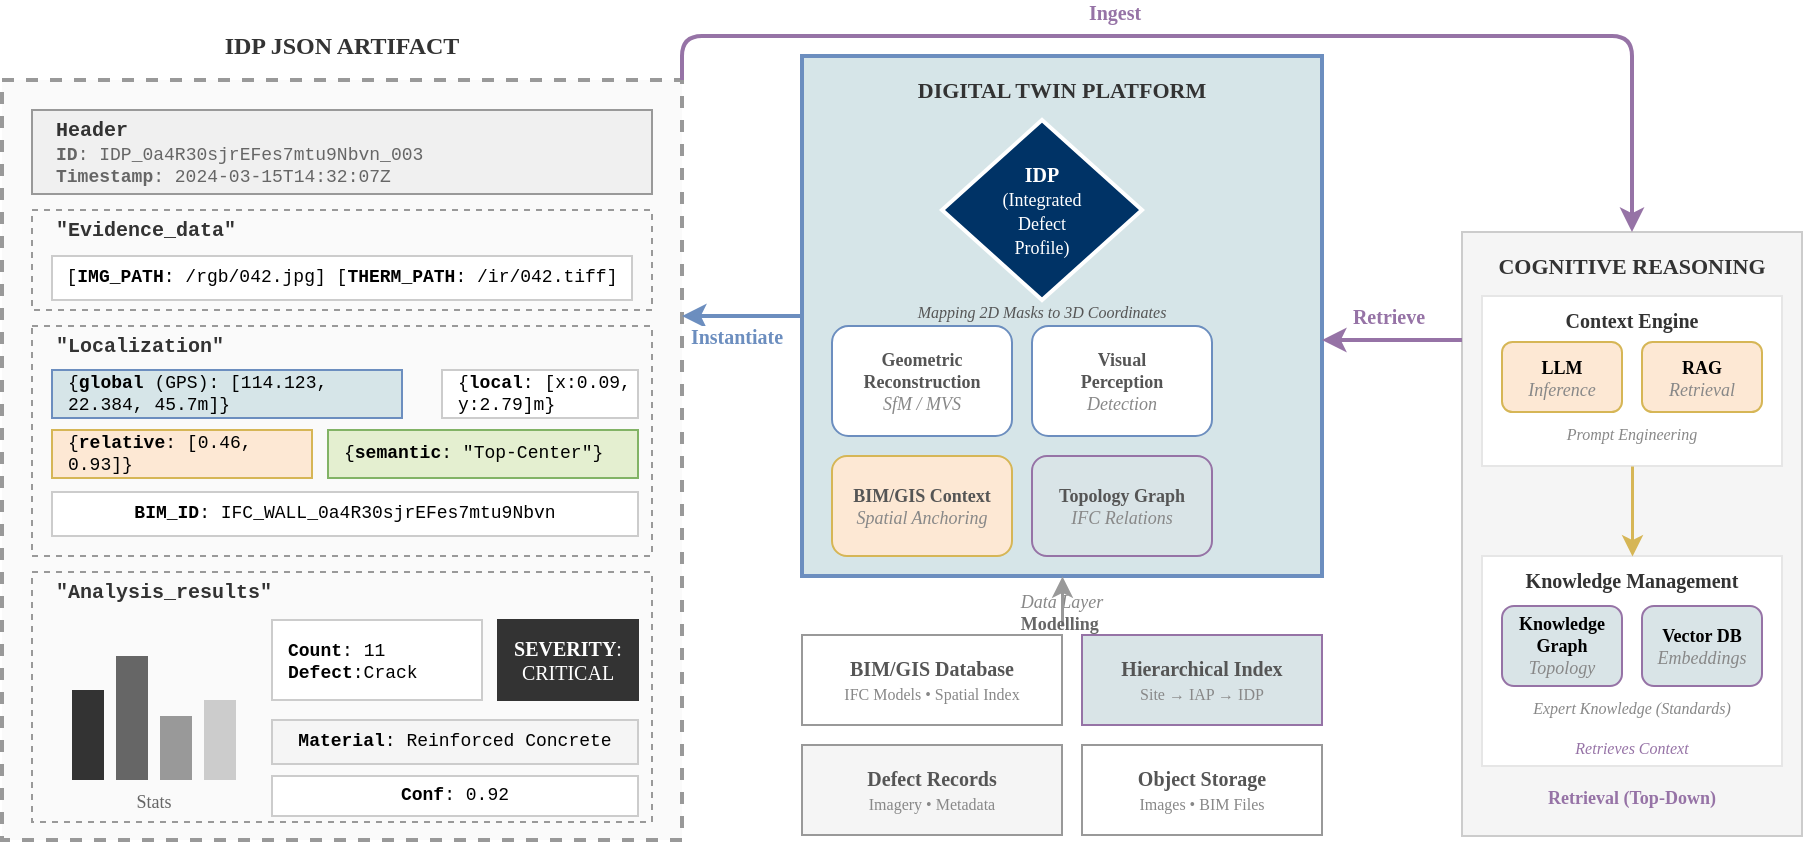
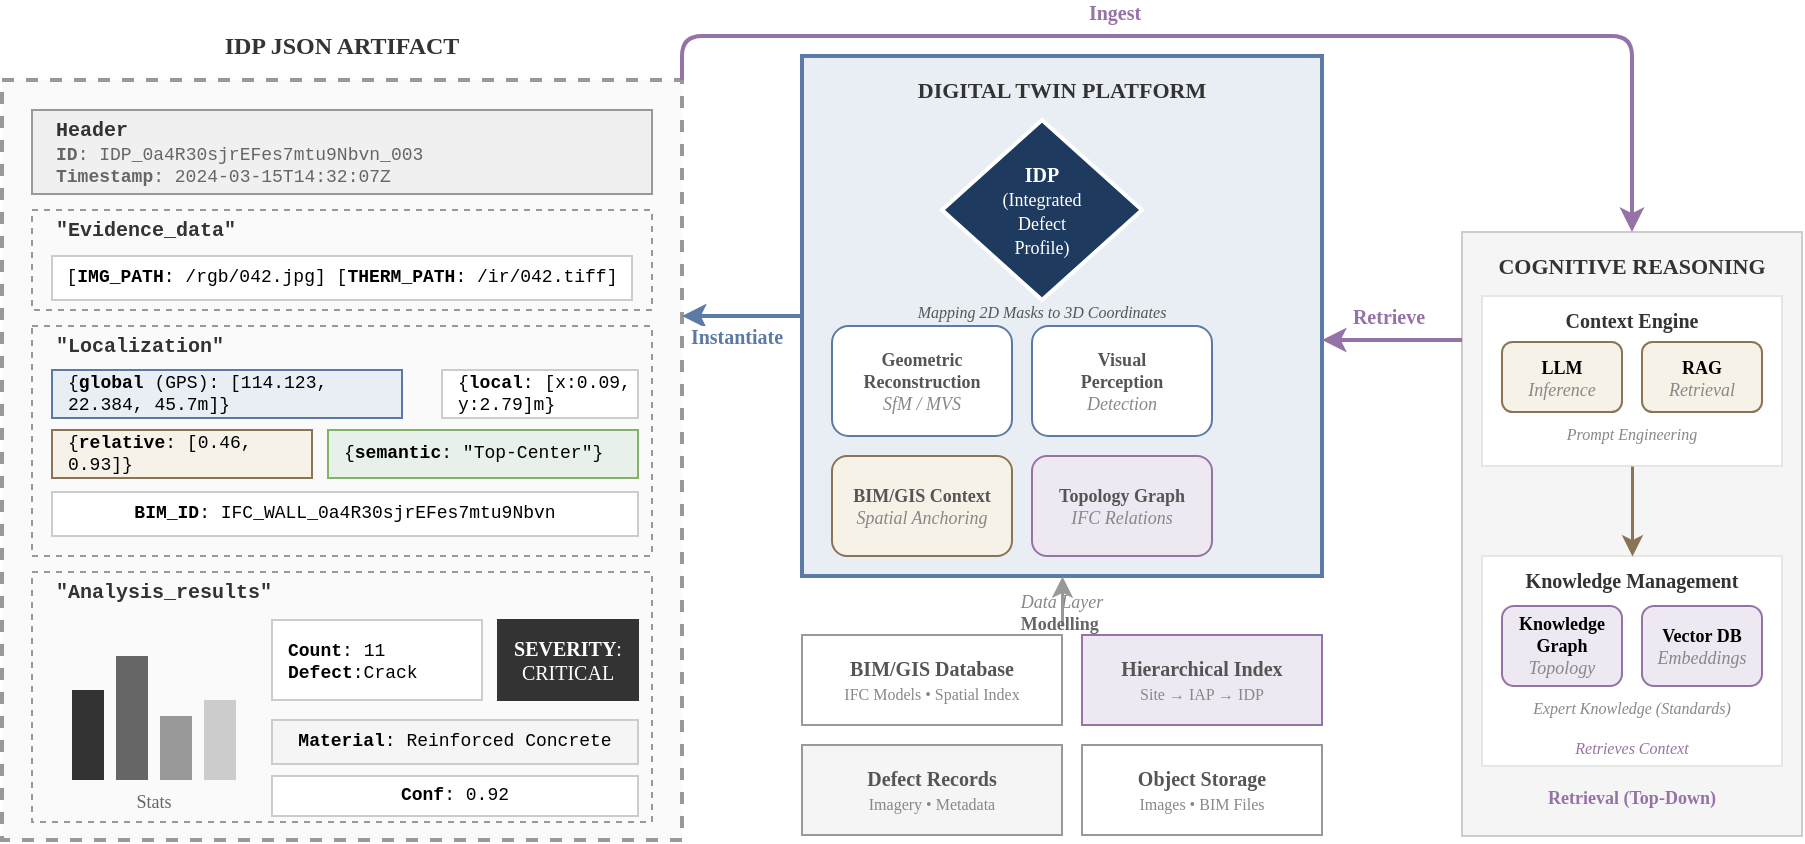
<mxfile host="Electron" agent="Mozilla/5.0 (Macintosh; Intel Mac OS X 10_15_7) AppleWebKit/537.36 (KHTML, like Gecko) draw.io/29.3.0 Chrome/140.0.7339.249 Electron/38.7.2 Safari/537.36" version="29.3.0">
  <diagram name="IDP Construction Pipeline" id="idp-v9">
    <mxGraphModel dx="1018" dy="813" grid="1" gridSize="10" guides="1" tooltips="1" connect="1" arrows="1" fold="1" page="1" pageScale="1" pageWidth="1200" pageHeight="620" math="0" shadow="0">
      <root>
        <mxCell id="0" />
        <mxCell id="1" parent="0" />
        <mxCell id="idp-title" parent="1" style="text;html=1;strokeColor=none;fillColor=none;align=center;verticalAlign=middle;whiteSpace=wrap;rounded=0;fontStyle=1;fontSize=12;fontFamily=Times New Roman;fontColor=#333333;" value="IDP JSON ARTIFACT" vertex="1">
          <mxGeometry height="25" width="340" x="40" y="42" as="geometry" />
        </mxCell>
        <mxCell id="idp-main" parent="1" style="rounded=0;whiteSpace=wrap;html=1;fillColor=#fafafa;strokeColor=#999999;strokeWidth=2;dashed=1;" value="" vertex="1">
          <mxGeometry height="380" width="340" x="40" y="72" as="geometry" />
        </mxCell>
        <mxCell id="idp-header-box" parent="1" style="rounded=0;whiteSpace=wrap;html=1;fillColor=#f0f0f0;strokeColor=#999999;" value="" vertex="1">
          <mxGeometry height="42" width="310" x="55" y="87" as="geometry" />
        </mxCell>
        <mxCell id="idp-header-label" parent="1" style="text;html=1;strokeColor=none;fillColor=none;align=left;verticalAlign=middle;whiteSpace=wrap;rounded=0;fontFamily=Courier New;fontSize=10;fontColor=#333333;" value="&lt;b&gt;Header&lt;/b&gt;" vertex="1">
          <mxGeometry height="14" width="60" x="65" y="90" as="geometry" />
        </mxCell>
        <mxCell id="idp-header-content" parent="1" style="text;html=1;strokeColor=none;fillColor=none;align=left;verticalAlign=middle;whiteSpace=wrap;rounded=0;fontFamily=Courier New;fontSize=9;fontColor=#666666;" value="&lt;b&gt;ID&lt;/b&gt;: IDP_0a4R30sjrEFes7mtu9Nbvn_003&lt;br&gt;&lt;b&gt;Timestamp&lt;/b&gt;: 2024-03-15T14:32:07Z" vertex="1">
          <mxGeometry height="20" width="290" x="65" y="105" as="geometry" />
        </mxCell>
        <mxCell id="idp-evidence-box" parent="1" style="rounded=0;whiteSpace=wrap;html=1;fillColor=none;strokeColor=#999999;dashed=1;" value="" vertex="1">
          <mxGeometry height="50" width="310" x="55" y="137" as="geometry" />
        </mxCell>
        <mxCell id="idp-evidence-label" parent="1" style="text;html=1;strokeColor=none;fillColor=none;align=left;verticalAlign=middle;whiteSpace=wrap;rounded=0;fontFamily=Courier New;fontSize=10;fontColor=#333333;fontStyle=1" value="&quot;Evidence_data&quot;" vertex="1">
          <mxGeometry height="14" width="110" x="65" y="140" as="geometry" />
        </mxCell>
        <mxCell id="idp-evidence-content" parent="1" style="rounded=0;whiteSpace=wrap;html=1;fillColor=#ffffff;strokeColor=#cccccc;fontFamily=Courier New;fontSize=9;align=center;" value="[&lt;b&gt;IMG_PATH&lt;/b&gt;: /rgb/042.jpg]  [&lt;b&gt;THERM_PATH&lt;/b&gt;: /ir/042.tiff]" vertex="1">
          <mxGeometry height="22" width="290" x="65" y="160" as="geometry" />
        </mxCell>
        <mxCell id="idp-loc-box" parent="1" style="rounded=0;whiteSpace=wrap;html=1;fillColor=none;strokeColor=#999999;dashed=1;" value="" vertex="1">
          <mxGeometry height="115" width="310" x="55" y="195" as="geometry" />
        </mxCell>
        <mxCell id="idp-loc-label" parent="1" style="text;html=1;strokeColor=none;fillColor=none;align=left;verticalAlign=middle;whiteSpace=wrap;rounded=0;fontFamily=Courier New;fontSize=10;fontColor=#333333;fontStyle=1" value="&quot;Localization&quot;" vertex="1">
          <mxGeometry height="14" width="100" x="65" y="198" as="geometry" />
        </mxCell>
-         <mxCell id="idp-loc-gps" parent="1" style="rounded=0;whiteSpace=wrap;html=1;fillColor=#D6E5E8;strokeColor=#6c8ebf;fontFamily=Courier New;fontSize=9;align=left;spacingLeft=6;" value="{&lt;b&gt;global&lt;/b&gt; (GPS): [114.123, 22.384, 45.7m]}" vertex="1">
+         <mxCell id="idp-loc-gps" parent="1" style="rounded=0;whiteSpace=wrap;html=1;fillColor=#E8EEF4;strokeColor=#5B7BA6;fontFamily=Courier New;fontSize=9;align=left;spacingLeft=6;" value="{&lt;b&gt;global&lt;/b&gt; (GPS): [114.123, 22.384, 45.7m]}" vertex="1">
          <mxGeometry height="24" width="175" x="65" y="217" as="geometry" />
        </mxCell>
        <mxCell id="idp-loc-local" parent="1" style="rounded=0;whiteSpace=wrap;html=1;fillColor=#ffffff;strokeColor=#cccccc;fontFamily=Courier New;fontSize=9;align=left;spacingLeft=6;" value="{&lt;b&gt;local&lt;/b&gt;: [x:0.09, y:2.79]m}" vertex="1">
          <mxGeometry height="24" width="98" x="260" y="217" as="geometry" />
        </mxCell>
-         <mxCell id="idp-loc-relative" parent="1" style="rounded=0;whiteSpace=wrap;html=1;fillColor=#FDE8D4;strokeColor=#d6b656;fontFamily=Courier New;fontSize=9;align=left;spacingLeft=6;" value="{&lt;b&gt;relative&lt;/b&gt;: [0.46, 0.93]}" vertex="1">
+         <mxCell id="idp-loc-relative" parent="1" style="rounded=0;whiteSpace=wrap;html=1;fillColor=#F7F2E8;strokeColor=#8B7355;fontFamily=Courier New;fontSize=9;align=left;spacingLeft=6;" value="{&lt;b&gt;relative&lt;/b&gt;: [0.46, 0.93]}" vertex="1">
          <mxGeometry height="24" width="130" x="65" y="247" as="geometry" />
        </mxCell>
-         <mxCell id="idp-loc-semantic" parent="1" style="rounded=0;whiteSpace=wrap;html=1;fillColor=#E4EFD0;strokeColor=#82b366;fontFamily=Courier New;fontSize=9;align=left;spacingLeft=6;" value="{&lt;b&gt;semantic&lt;/b&gt;: &quot;Top-Center&quot;}" vertex="1">
+         <mxCell id="idp-loc-semantic" parent="1" style="rounded=0;whiteSpace=wrap;html=1;fillColor=#E8F0EA;strokeColor=#82b366;fontFamily=Courier New;fontSize=9;align=left;spacingLeft=6;" value="{&lt;b&gt;semantic&lt;/b&gt;: &quot;Top-Center&quot;}" vertex="1">
          <mxGeometry height="24" width="155" x="203" y="247" as="geometry" />
        </mxCell>
        <mxCell id="idp-loc-bim" parent="1" style="rounded=0;whiteSpace=wrap;html=1;fillColor=#ffffff;strokeColor=#cccccc;fontFamily=Courier New;fontSize=9;align=center;" value="&lt;b&gt;BIM_ID&lt;/b&gt;: IFC_WALL_0a4R30sjrEFes7mtu9Nbvn" vertex="1">
          <mxGeometry height="22" width="293" x="65" y="278" as="geometry" />
        </mxCell>
        <mxCell id="idp-analysis-box" parent="1" style="rounded=0;whiteSpace=wrap;html=1;fillColor=none;strokeColor=#999999;dashed=1;" value="" vertex="1">
          <mxGeometry height="125" width="310" x="55" y="318" as="geometry" />
        </mxCell>
        <mxCell id="idp-analysis-label" parent="1" style="text;html=1;strokeColor=none;fillColor=none;align=left;verticalAlign=middle;whiteSpace=wrap;rounded=0;fontFamily=Courier New;fontSize=10;fontColor=#333333;fontStyle=1" value="&quot;Analysis_results&quot;" vertex="1">
          <mxGeometry height="14" width="120" x="65" y="321" as="geometry" />
        </mxCell>
        <mxCell id="stats-bar1" parent="1" style="rounded=0;whiteSpace=wrap;html=1;fillColor=#333333;strokeColor=none;" value="" vertex="1">
          <mxGeometry height="45" width="16" x="75" y="377" as="geometry" />
        </mxCell>
        <mxCell id="stats-bar2" parent="1" style="rounded=0;whiteSpace=wrap;html=1;fillColor=#666666;strokeColor=none;" value="" vertex="1">
          <mxGeometry height="62" width="16" x="97" y="360" as="geometry" />
        </mxCell>
        <mxCell id="stats-bar3" parent="1" style="rounded=0;whiteSpace=wrap;html=1;fillColor=#999999;strokeColor=none;" value="" vertex="1">
          <mxGeometry height="32" width="16" x="119" y="390" as="geometry" />
        </mxCell>
        <mxCell id="stats-bar4" parent="1" style="rounded=0;whiteSpace=wrap;html=1;fillColor=#cccccc;strokeColor=none;" value="" vertex="1">
          <mxGeometry height="40" width="16" x="141" y="382" as="geometry" />
        </mxCell>
        <mxCell id="stats-label" parent="1" style="text;html=1;strokeColor=none;fillColor=none;align=center;verticalAlign=middle;whiteSpace=wrap;rounded=0;fontFamily=Times New Roman;fontSize=9;fontColor=#666666;" value="Stats" vertex="1">
          <mxGeometry height="12" width="82" x="75" y="427" as="geometry" />
        </mxCell>
        <mxCell id="idp-stats-info" parent="1" style="rounded=0;whiteSpace=wrap;html=1;fillColor=#ffffff;strokeColor=#cccccc;fontFamily=Courier New;fontSize=9;align=left;spacingLeft=6;verticalAlign=top;spacingTop=4;" value="&lt;b&gt;Count&lt;/b&gt;: 11&lt;br&gt;&lt;b&gt;Defect&lt;/b&gt;:Crack" vertex="1">
          <mxGeometry height="40" width="105" x="175" y="342" as="geometry" />
        </mxCell>
        <mxCell id="idp-severity" parent="1" style="rounded=0;whiteSpace=wrap;html=1;fillColor=#333333;strokeColor=#333333;fontFamily=Times New Roman;fontSize=10;fontColor=#ffffff;" value="&lt;b&gt;SEVERITY&lt;/b&gt;:&lt;br&gt;CRITICAL" vertex="1">
          <mxGeometry height="40" width="70" x="288" y="342" as="geometry" />
        </mxCell>
        <mxCell id="idp-material" parent="1" style="rounded=0;whiteSpace=wrap;html=1;fillColor=#f5f5f5;strokeColor=#cccccc;fontFamily=Courier New;fontSize=9;align=center;" value="&lt;b&gt;Material&lt;/b&gt;: Reinforced Concrete" vertex="1">
          <mxGeometry height="22" width="183" x="175" y="392" as="geometry" />
        </mxCell>
        <mxCell id="idp-conf" parent="1" style="rounded=0;whiteSpace=wrap;html=1;fillColor=#ffffff;strokeColor=#cccccc;fontFamily=Courier New;fontSize=9;align=center;" value="&lt;b&gt;Conf&lt;/b&gt;: 0.92" vertex="1">
          <mxGeometry height="20" width="183" x="175" y="420" as="geometry" />
        </mxCell>
-         <mxCell id="platform-bg" parent="1" style="rounded=0;whiteSpace=wrap;html=1;fillColor=#D6E5E8;strokeColor=#6c8ebf;strokeWidth=2;" value="" vertex="1">
+         <mxCell id="platform-bg" parent="1" style="rounded=0;whiteSpace=wrap;html=1;fillColor=#E8EEF4;strokeColor=#5B7BA6;strokeWidth=2;" value="" vertex="1">
          <mxGeometry height="260" width="260" x="440" y="60" as="geometry" />
        </mxCell>
        <mxCell id="platform-title" parent="1" style="text;html=1;strokeColor=none;fillColor=none;align=center;verticalAlign=middle;whiteSpace=wrap;rounded=0;fontStyle=1;fontSize=11;fontFamily=Times New Roman;fontColor=#333333;" value="DIGITAL TWIN PLATFORM" vertex="1">
          <mxGeometry height="18" width="180" x="480" y="68" as="geometry" />
        </mxCell>
-         <mxCell id="platform-idp" parent="1" style="shape=rhombus;whiteSpace=wrap;html=1;fillColor=#003366;strokeColor=#ffffff;fontFamily=Times New Roman;fontSize=10;fontColor=#ffffff;strokeWidth=2;" value="&lt;b&gt;IDP&lt;/b&gt;&lt;br&gt;&lt;span style=&quot;font-size:9px;&quot;&gt;(Integrated&lt;br&gt;Defect&lt;br&gt;Profile)&lt;/span&gt;" vertex="1">
+         <mxCell id="platform-idp" parent="1" style="shape=rhombus;whiteSpace=wrap;html=1;fillColor=#1E3A5F;strokeColor=#ffffff;fontFamily=Times New Roman;fontSize=10;fontColor=#ffffff;strokeWidth=2;" value="&lt;b&gt;IDP&lt;/b&gt;&lt;br&gt;&lt;span style=&quot;font-size:9px;&quot;&gt;(Integrated&lt;br&gt;Defect&lt;br&gt;Profile)&lt;/span&gt;" vertex="1">
          <mxGeometry height="90" width="100" x="510" y="92" as="geometry" />
        </mxCell>
-         <mxCell id="platform-sub-geo" parent="1" style="rounded=1;whiteSpace=wrap;html=1;fillColor=#ffffff;strokeColor=#6c8ebf;fontFamily=Times New Roman;fontSize=9;fontColor=#555555;arcSize=15;" value="&lt;b&gt;Geometric&lt;br&gt;Reconstruction&lt;/b&gt;&lt;br&gt;&lt;font color=&quot;#888888&quot;&gt;&lt;i&gt;SfM / MVS&lt;/i&gt;&lt;/font&gt;" vertex="1">
+         <mxCell id="platform-sub-geo" parent="1" style="rounded=1;whiteSpace=wrap;html=1;fillColor=#ffffff;strokeColor=#5B7BA6;fontFamily=Times New Roman;fontSize=9;fontColor=#555555;arcSize=15;" value="&lt;b&gt;Geometric&lt;br&gt;Reconstruction&lt;/b&gt;&lt;br&gt;&lt;font color=&quot;#888888&quot;&gt;&lt;i&gt;SfM / MVS&lt;/i&gt;&lt;/font&gt;" vertex="1">
          <mxGeometry height="55" width="90" x="455" y="195" as="geometry" />
        </mxCell>
-         <mxCell id="platform-sub-vis" parent="1" style="rounded=1;whiteSpace=wrap;html=1;fillColor=#ffffff;strokeColor=#6c8ebf;fontFamily=Times New Roman;fontSize=9;fontColor=#555555;arcSize=15;" value="&lt;b&gt;Visual&lt;br&gt;Perception&lt;/b&gt;&lt;br&gt;&lt;font color=&quot;#888888&quot;&gt;&lt;i&gt;Detection&lt;/i&gt;&lt;/font&gt;" vertex="1">
+         <mxCell id="platform-sub-vis" parent="1" style="rounded=1;whiteSpace=wrap;html=1;fillColor=#ffffff;strokeColor=#5B7BA6;fontFamily=Times New Roman;fontSize=9;fontColor=#555555;arcSize=15;" value="&lt;b&gt;Visual&lt;br&gt;Perception&lt;/b&gt;&lt;br&gt;&lt;font color=&quot;#888888&quot;&gt;&lt;i&gt;Detection&lt;/i&gt;&lt;/font&gt;" vertex="1">
          <mxGeometry height="55" width="90" x="555" y="195" as="geometry" />
        </mxCell>
-         <mxCell id="platform-sub-bim" parent="1" style="rounded=1;whiteSpace=wrap;html=1;fillColor=#FDE8D4;strokeColor=#d6b656;fontFamily=Times New Roman;fontSize=9;fontColor=#555555;arcSize=15;" value="&lt;b&gt;BIM/GIS Context&lt;/b&gt;&lt;br&gt;&lt;font color=&quot;#888888&quot;&gt;&lt;i&gt;Spatial Anchoring&lt;/i&gt;&lt;/font&gt;" vertex="1">
+         <mxCell id="platform-sub-bim" parent="1" style="rounded=1;whiteSpace=wrap;html=1;fillColor=#F7F2E8;strokeColor=#8B7355;fontFamily=Times New Roman;fontSize=9;fontColor=#555555;arcSize=15;" value="&lt;b&gt;BIM/GIS Context&lt;/b&gt;&lt;br&gt;&lt;font color=&quot;#888888&quot;&gt;&lt;i&gt;Spatial Anchoring&lt;/i&gt;&lt;/font&gt;" vertex="1">
          <mxGeometry height="50" width="90" x="455" y="260" as="geometry" />
        </mxCell>
-         <mxCell id="platform-sub-topo" parent="1" style="rounded=1;whiteSpace=wrap;html=1;fillColor=#D9E4E7;strokeColor=#9673a6;fontFamily=Times New Roman;fontSize=9;fontColor=#555555;arcSize=15;" value="&lt;b&gt;Topology Graph&lt;/b&gt;&lt;br&gt;&lt;font color=&quot;#888888&quot;&gt;&lt;i&gt;IFC Relations&lt;/i&gt;&lt;/font&gt;" vertex="1">
+         <mxCell id="platform-sub-topo" parent="1" style="rounded=1;whiteSpace=wrap;html=1;fillColor=#EEE8F2;strokeColor=#9673a6;fontFamily=Times New Roman;fontSize=9;fontColor=#555555;arcSize=15;" value="&lt;b&gt;Topology Graph&lt;/b&gt;&lt;br&gt;&lt;font color=&quot;#888888&quot;&gt;&lt;i&gt;IFC Relations&lt;/i&gt;&lt;/font&gt;" vertex="1">
          <mxGeometry height="50" width="90" x="555" y="260" as="geometry" />
        </mxCell>
        <mxCell id="platform-mapping" parent="1" style="text;html=1;strokeColor=none;fillColor=none;align=center;verticalAlign=middle;whiteSpace=wrap;rounded=0;fontFamily=Times New Roman;fontSize=8;fontColor=#555555;fontStyle=2" value="Mapping 2D Masks to 3D Coordinates" vertex="1">
          <mxGeometry height="12" width="170" x="475" y="182" as="geometry" />
        </mxCell>
        <mxCell id="layer-db-title" parent="1" style="text;html=1;strokeColor=none;fillColor=none;align=center;verticalAlign=middle;whiteSpace=wrap;rounded=0;fontStyle=2;fontSize=9;fontFamily=Times New Roman;fontColor=#888888;" value="Data Layer" vertex="1">
          <mxGeometry height="15" width="100" x="520" y="325" as="geometry" />
        </mxCell>
        <mxCell id="layer-bim-db" parent="1" style="rounded=0;whiteSpace=wrap;html=1;fillColor=#ffffff;strokeColor=#999999;strokeWidth=1;fontFamily=Times New Roman;fontSize=10;fontColor=#555555;" value="&lt;b&gt;BIM/GIS Database&lt;/b&gt;&lt;br&gt;&lt;font color=&quot;#888888&quot; style=&quot;font-size: 8px;&quot;&gt;IFC Models • Spatial Index&lt;/font&gt;" vertex="1">
          <mxGeometry height="45" width="130" x="440" y="349.5" as="geometry" />
        </mxCell>
        <mxCell id="layer-defect-db" parent="1" style="rounded=0;whiteSpace=wrap;html=1;fillColor=#f5f5f5;strokeColor=#999999;strokeWidth=1;fontFamily=Times New Roman;fontSize=10;fontColor=#555555;" value="&lt;b&gt;Defect Records&lt;/b&gt;&lt;br&gt;&lt;font color=&quot;#888888&quot; style=&quot;font-size: 8px;&quot;&gt;Imagery • Metadata&lt;/font&gt;" vertex="1">
          <mxGeometry height="45" width="130" x="440" y="404.5" as="geometry" />
        </mxCell>
-         <mxCell id="layer-index" parent="1" style="rounded=0;whiteSpace=wrap;html=1;fillColor=#D9E4E7;strokeColor=#9673a6;strokeWidth=1;fontFamily=Times New Roman;fontSize=10;fontColor=#555555;" value="&lt;b&gt;Hierarchical Index&lt;/b&gt;&lt;br&gt;&lt;font color=&quot;#888888&quot; style=&quot;font-size: 8px;&quot;&gt;Site → IAP → IDP&lt;/font&gt;" vertex="1">
+         <mxCell id="layer-index" parent="1" style="rounded=0;whiteSpace=wrap;html=1;fillColor=#EEE8F2;strokeColor=#9673a6;strokeWidth=1;fontFamily=Times New Roman;fontSize=10;fontColor=#555555;" value="&lt;b&gt;Hierarchical Index&lt;/b&gt;&lt;br&gt;&lt;font color=&quot;#888888&quot; style=&quot;font-size: 8px;&quot;&gt;Site → IAP → IDP&lt;/font&gt;" vertex="1">
          <mxGeometry height="45" width="120" x="580" y="349.5" as="geometry" />
        </mxCell>
        <mxCell id="layer-storage" parent="1" style="rounded=0;whiteSpace=wrap;html=1;fillColor=#ffffff;strokeColor=#999999;strokeWidth=1;fontFamily=Times New Roman;fontSize=10;fontColor=#555555;" value="&lt;b&gt;Object Storage&lt;/b&gt;&lt;br&gt;&lt;font color=&quot;#888888&quot; style=&quot;font-size: 8px;&quot;&gt;Images • BIM Files&lt;/font&gt;" vertex="1">
          <mxGeometry height="45" width="120" x="580" y="404.5" as="geometry" />
        </mxCell>
        <mxCell id="cognitive-bg" parent="1" style="rounded=0;whiteSpace=wrap;html=1;fillColor=#f5f5f5;strokeColor=#cccccc;strokeWidth=1;" value="" vertex="1">
          <mxGeometry height="302" width="170" x="770" y="148" as="geometry" />
        </mxCell>
        <mxCell id="cognitive-title" parent="1" style="text;html=1;strokeColor=none;fillColor=none;align=center;verticalAlign=middle;whiteSpace=wrap;rounded=0;fontStyle=1;fontSize=11;fontFamily=Times New Roman;fontColor=#333333;" value="COGNITIVE REASONING" vertex="1">
          <mxGeometry height="18" width="150" x="780" y="156" as="geometry" />
        </mxCell>
        <mxCell id="context-engine-box" parent="1" style="rounded=0;whiteSpace=wrap;html=1;fillColor=#ffffff;strokeColor=#e6e6e6;" value="" vertex="1">
          <mxGeometry height="85" width="150" x="780" y="180" as="geometry" />
        </mxCell>
        <mxCell id="context-engine-title" parent="1" style="text;html=1;strokeColor=none;fillColor=none;align=center;verticalAlign=middle;whiteSpace=wrap;rounded=0;fontFamily=Times New Roman;fontSize=10;fontColor=#333333;" value="&lt;b&gt;Context Engine&lt;/b&gt;" vertex="1">
          <mxGeometry height="14" width="130" x="790" y="185" as="geometry" />
        </mxCell>
-         <mxCell id="context-llm" parent="1" style="rounded=1;whiteSpace=wrap;html=1;fillColor=#FDE8D4;strokeColor=#d6b656;fontFamily=Times New Roman;fontSize=9;arcSize=15;" value="&lt;b&gt;LLM&lt;/b&gt;&lt;br&gt;&lt;font color=&quot;#888888&quot;&gt;&lt;i&gt;Inference&lt;/i&gt;&lt;/font&gt;" vertex="1">
+         <mxCell id="context-llm" parent="1" style="rounded=1;whiteSpace=wrap;html=1;fillColor=#F7F2E8;strokeColor=#8B7355;fontFamily=Times New Roman;fontSize=9;arcSize=15;" value="&lt;b&gt;LLM&lt;/b&gt;&lt;br&gt;&lt;font color=&quot;#888888&quot;&gt;&lt;i&gt;Inference&lt;/i&gt;&lt;/font&gt;" vertex="1">
          <mxGeometry height="35" width="60" x="790" y="203" as="geometry" />
        </mxCell>
-         <mxCell id="context-rag" parent="1" style="rounded=1;whiteSpace=wrap;html=1;fillColor=#FDE8D4;strokeColor=#d6b656;fontFamily=Times New Roman;fontSize=9;arcSize=15;" value="&lt;b&gt;RAG&lt;/b&gt;&lt;br&gt;&lt;font color=&quot;#888888&quot;&gt;&lt;i&gt;Retrieval&lt;/i&gt;&lt;/font&gt;" vertex="1">
+         <mxCell id="context-rag" parent="1" style="rounded=1;whiteSpace=wrap;html=1;fillColor=#F7F2E8;strokeColor=#8B7355;fontFamily=Times New Roman;fontSize=9;arcSize=15;" value="&lt;b&gt;RAG&lt;/b&gt;&lt;br&gt;&lt;font color=&quot;#888888&quot;&gt;&lt;i&gt;Retrieval&lt;/i&gt;&lt;/font&gt;" vertex="1">
          <mxGeometry height="35" width="60" x="860" y="203" as="geometry" />
        </mxCell>
        <mxCell id="context-prompt" parent="1" style="text;html=1;strokeColor=none;fillColor=none;align=center;verticalAlign=middle;whiteSpace=wrap;rounded=0;fontFamily=Times New Roman;fontSize=8;fontColor=#888888;fontStyle=2" value="Prompt Engineering" vertex="1">
          <mxGeometry height="12" width="130" x="790" y="243" as="geometry" />
        </mxCell>
        <mxCell id="knowledge-box" parent="1" style="rounded=0;whiteSpace=wrap;html=1;fillColor=#ffffff;strokeColor=#e6e6e6;" value="" vertex="1">
          <mxGeometry height="105" width="150" x="780" y="310" as="geometry" />
        </mxCell>
        <mxCell id="knowledge-title" parent="1" style="text;html=1;strokeColor=none;fillColor=none;align=center;verticalAlign=middle;whiteSpace=wrap;rounded=0;fontFamily=Times New Roman;fontSize=10;fontColor=#333333;" value="&lt;b&gt;Knowledge Management&lt;/b&gt;" vertex="1">
          <mxGeometry height="14" width="140" x="785" y="315" as="geometry" />
        </mxCell>
-         <mxCell id="knowledge-graph" parent="1" style="rounded=1;whiteSpace=wrap;html=1;fillColor=#D9E4E7;strokeColor=#9673a6;fontFamily=Times New Roman;fontSize=9;arcSize=15;" value="&lt;b&gt;Knowledge Graph&lt;/b&gt;&lt;br&gt;&lt;font color=&quot;#888888&quot;&gt;&lt;i&gt;Topology&lt;/i&gt;&lt;/font&gt;" vertex="1">
+         <mxCell id="knowledge-graph" parent="1" style="rounded=1;whiteSpace=wrap;html=1;fillColor=#EEE8F2;strokeColor=#9673a6;fontFamily=Times New Roman;fontSize=9;arcSize=15;" value="&lt;b&gt;Knowledge Graph&lt;/b&gt;&lt;br&gt;&lt;font color=&quot;#888888&quot;&gt;&lt;i&gt;Topology&lt;/i&gt;&lt;/font&gt;" vertex="1">
          <mxGeometry height="40" width="60" x="790" y="335" as="geometry" />
        </mxCell>
-         <mxCell id="knowledge-vector" parent="1" style="rounded=1;whiteSpace=wrap;html=1;fillColor=#D9E4E7;strokeColor=#9673a6;fontFamily=Times New Roman;fontSize=9;arcSize=15;" value="&lt;b&gt;Vector DB&lt;/b&gt;&lt;br&gt;&lt;font color=&quot;#888888&quot;&gt;&lt;i&gt;Embeddings&lt;/i&gt;&lt;/font&gt;" vertex="1">
+         <mxCell id="knowledge-vector" parent="1" style="rounded=1;whiteSpace=wrap;html=1;fillColor=#EEE8F2;strokeColor=#9673a6;fontFamily=Times New Roman;fontSize=9;arcSize=15;" value="&lt;b&gt;Vector DB&lt;/b&gt;&lt;br&gt;&lt;font color=&quot;#888888&quot;&gt;&lt;i&gt;Embeddings&lt;/i&gt;&lt;/font&gt;" vertex="1">
          <mxGeometry height="40" width="60" x="860" y="335" as="geometry" />
        </mxCell>
        <mxCell id="knowledge-expert" parent="1" style="text;html=1;strokeColor=none;fillColor=none;align=center;verticalAlign=middle;whiteSpace=wrap;rounded=0;fontFamily=Times New Roman;fontSize=8;fontColor=#888888;fontStyle=2" value="Expert Knowledge (Standards)" vertex="1">
          <mxGeometry height="12" width="130" x="790" y="380" as="geometry" />
        </mxCell>
        <mxCell id="retrieves-label" parent="1" style="text;html=1;strokeColor=none;fillColor=none;align=center;verticalAlign=middle;whiteSpace=wrap;rounded=0;fontFamily=Times New Roman;fontSize=8;fontColor=#9673a6;fontStyle=2" value="Retrieves Context" vertex="1">
          <mxGeometry height="12" width="130" x="790" y="400" as="geometry" />
        </mxCell>
        <mxCell id="arr-db-plat" edge="1" parent="1" style="endArrow=classic;html=1;rounded=0;strokeWidth=1.5;strokeColor=#999999;" value="">
          <mxGeometry height="50" relative="1" width="50" as="geometry">
            <mxPoint x="570" y="345" as="sourcePoint" />
            <mxPoint x="570" y="320" as="targetPoint" />
          </mxGeometry>
        </mxCell>
-         <mxCell id="arr-plat-idp" edge="1" parent="1" style="endArrow=classic;html=1;rounded=0;strokeWidth=2;strokeColor=#6c8ebf;fontFamily=Times New Roman;fontSize=10;fontStyle=1;fontColor=#6c8ebf;labelBackgroundColor=#ffffff;" value="Instantiate">
+         <mxCell id="arr-plat-idp" edge="1" parent="1" style="endArrow=classic;html=1;rounded=0;strokeWidth=2;strokeColor=#5B7BA6;fontFamily=Times New Roman;fontSize=10;fontStyle=1;fontColor=#5B7BA6;labelBackgroundColor=#ffffff;" value="Instantiate">
          <mxGeometry height="50" relative="1" width="50" x="0.1" y="10" as="geometry">
            <mxPoint as="offset" />
            <mxPoint x="440" y="190" as="sourcePoint" />
            <mxPoint x="380" y="190" as="targetPoint" />
          </mxGeometry>
        </mxCell>
-         <mxCell id="arr-context-kb" edge="1" parent="1" style="endArrow=classic;html=1;rounded=0;strokeWidth=1.5;strokeColor=#d6b656;entryX=0.5;entryY=0;entryDx=0;entryDy=0;" target="knowledge-box" value="">
+         <mxCell id="arr-context-kb" edge="1" parent="1" style="endArrow=classic;html=1;rounded=0;strokeWidth=1.5;strokeColor=#8B7355;entryX=0.5;entryY=0;entryDx=0;entryDy=0;" target="knowledge-box" value="">
          <mxGeometry height="50" relative="1" width="50" as="geometry">
            <mxPoint x="855" y="265" as="sourcePoint" />
            <mxPoint x="855" y="273" as="targetPoint" />
          </mxGeometry>
        </mxCell>
        <mxCell id="arr-kb-plat" edge="1" parent="1" style="endArrow=classic;html=1;rounded=1;strokeWidth=2;strokeColor=#9673a6;fontFamily=Times New Roman;fontSize=10;fontStyle=1;fontColor=#9673a6;labelBackgroundColor=#ffffff;edgeStyle=orthogonalEdgeStyle;curved=0;" value="Retrieve">
          <mxGeometry height="50" relative="1" width="50" x="0.05" y="-12" as="geometry">
            <mxPoint as="offset" />
            <Array as="points">
              <mxPoint x="740" y="202" />
              <mxPoint x="740" y="202" />
            </Array>
            <mxPoint x="770" y="202" as="sourcePoint" />
            <mxPoint x="700" y="202" as="targetPoint" />
          </mxGeometry>
        </mxCell>
        <mxCell id="label-bottom-up" parent="1" style="text;html=1;strokeColor=none;fillColor=none;align=center;verticalAlign=middle;whiteSpace=wrap;rounded=0;fontStyle=1;fontSize=9;fontFamily=Times New Roman;fontColor=#666666;" value="Modelling&amp;nbsp;" vertex="1">
          <mxGeometry height="18" width="120" x="510" y="335" as="geometry" />
        </mxCell>
        <mxCell id="label-top-down" parent="1" style="text;html=1;strokeColor=none;fillColor=none;align=center;verticalAlign=middle;whiteSpace=wrap;rounded=0;fontStyle=1;fontSize=9;fontFamily=Times New Roman;fontColor=#9673a6;" value="Retrieval (Top-Down)" vertex="1">
          <mxGeometry height="18" width="120" x="795" y="422" as="geometry" />
        </mxCell>
        <mxCell id="arr-idp-cognitive" edge="1" parent="1" style="endArrow=classic;html=1;rounded=1;strokeWidth=2;strokeColor=#9673a6;fontFamily=Times New Roman;fontSize=10;fontStyle=1;fontColor=#9673a6;labelBackgroundColor=#ffffff;edgeStyle=orthogonalEdgeStyle;curved=0;" value="Ingest">
          <mxGeometry height="50" relative="1" width="50" x="-0.2" y="12" as="geometry">
            <mxPoint as="offset" />
            <Array as="points">
              <mxPoint x="380" y="50" />
              <mxPoint x="855" y="50" />
            </Array>
            <mxPoint x="380" y="72" as="sourcePoint" />
            <mxPoint x="855" y="148" as="targetPoint" />
          </mxGeometry>
        </mxCell>
      </root>
    </mxGraphModel>
  </diagram>
</mxfile>
